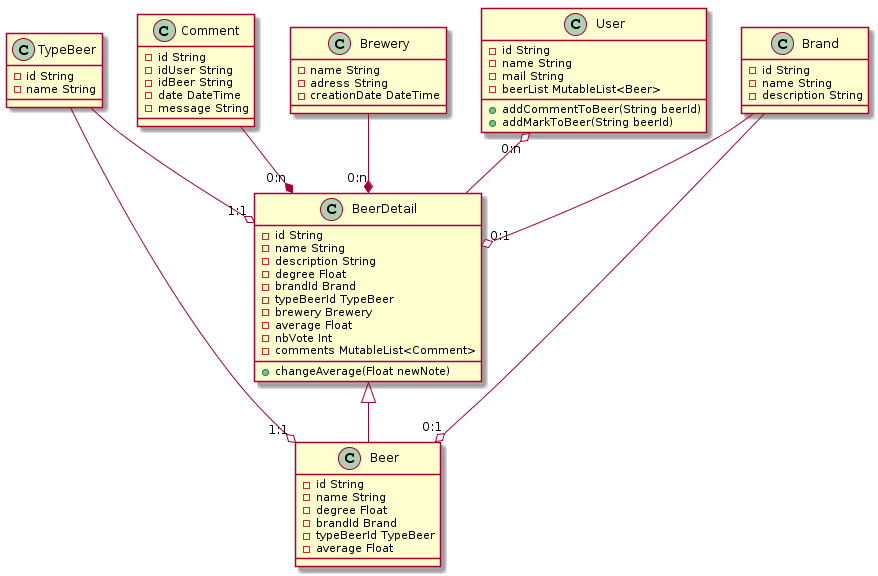
Earlier version of the PlantUML export doc/spec/models/img/model-class.png (TheNoobProgrammeur/birudroid). The source it was exported from:
```plantuml
@startuml
class BeerDetail{
    - id String
    - name String
    - description String
    - degree Float
    - brandId Brand
    - typeBeerId TypeBeer
    - brewery Brewery
    - average Float
    - nbVote Int
    - comments MutableList<Comment>
    + changeAverage(Float newNote)
}

class Beer{
    - id String
    - name String
    - degree Float
    - brandId Brand
    - typeBeerId TypeBeer
    - average Float
}


class TypeBeer{
    - id String
    - name String
}

class Brand {
    - id String
    - name String
    - description String
}

class Comment {
    - id String
    - idUser String
    - idBeer String
    - date DateTime
    - message String
}

class Brewery {
    - name String
    - adress String
    - creationDate DateTime
}

class User {
    - id String
    - name String
    - mail String
    - beerList MutableList<Beer>
    + addCommentToBeer(String beerId)
    + addMarkToBeer(String beerId)
}

BeerDetail <|-- Beer

TypeBeer --o "1:1" BeerDetail
Brand --o "0:1" BeerDetail
Brewery --* "0:n" BeerDetail
Comment --* "0:n" BeerDetail
User "0:n" o-- BeerDetail

TypeBeer --o "1:1" Beer
Brand --o "0:1" Beer
@enduml
```
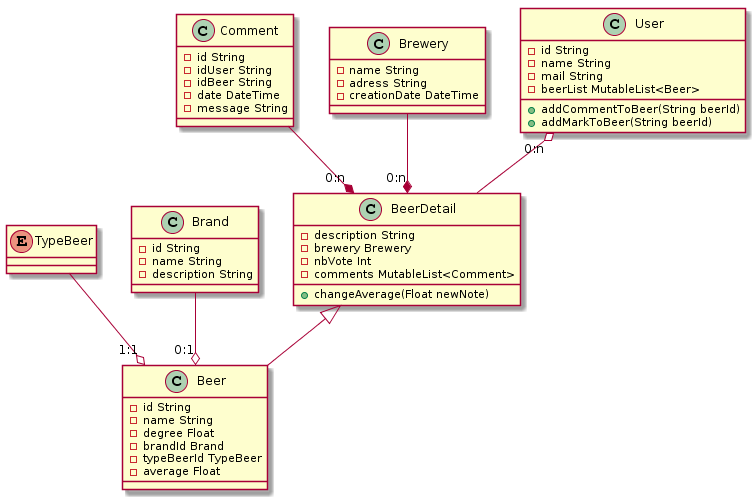
Above is the later version.

Diff of the diagram source:
```diff
@@ -1,13 +1,7 @@
 @startuml
 class BeerDetail{
-    - id String
-    - name String
     - description String
-    - degree Float
-    - brandId Brand
-    - typeBeerId TypeBeer
     - brewery Brewery
-    - average Float
     - nbVote Int
     - comments MutableList<Comment>
     + changeAverage(Float newNote)
@@ -23,10 +17,7 @@
 }
 
 
-class TypeBeer{
-    - id String
-    - name String
-}
+enum TypeBeer
 
 class Brand {
     - id String
@@ -59,8 +50,6 @@
 
 BeerDetail <|-- Beer
 
-TypeBeer --o "1:1" BeerDetail
-Brand --o "0:1" BeerDetail
 Brewery --* "0:n" BeerDetail
 Comment --* "0:n" BeerDetail
 User "0:n" o-- BeerDetail
```
